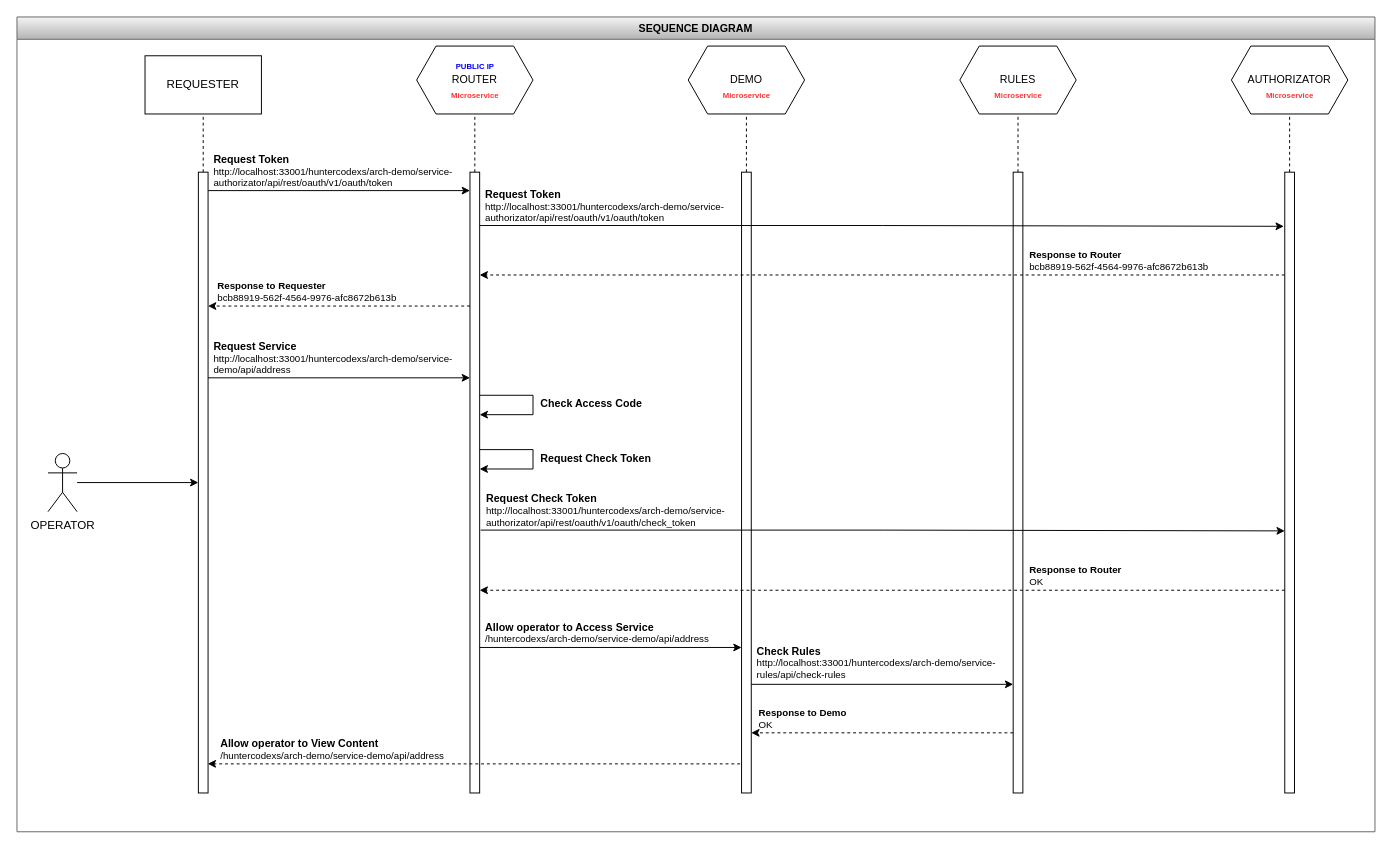
This is page "Sequence" (5 of 10) of diagram/Microservices-Architecure-Demo.drawio from huntercodexs/arch-demo, a draw.io file, before an edit. Source tidied: cells renumbered, new cells numbered last; positions are measured from the earlier drawing's top-left corner, leaving out a move shared by most shapes. Both pictures are drawn from the tidied source at 97%, with x=0, y=0 at pixel (16, 16).
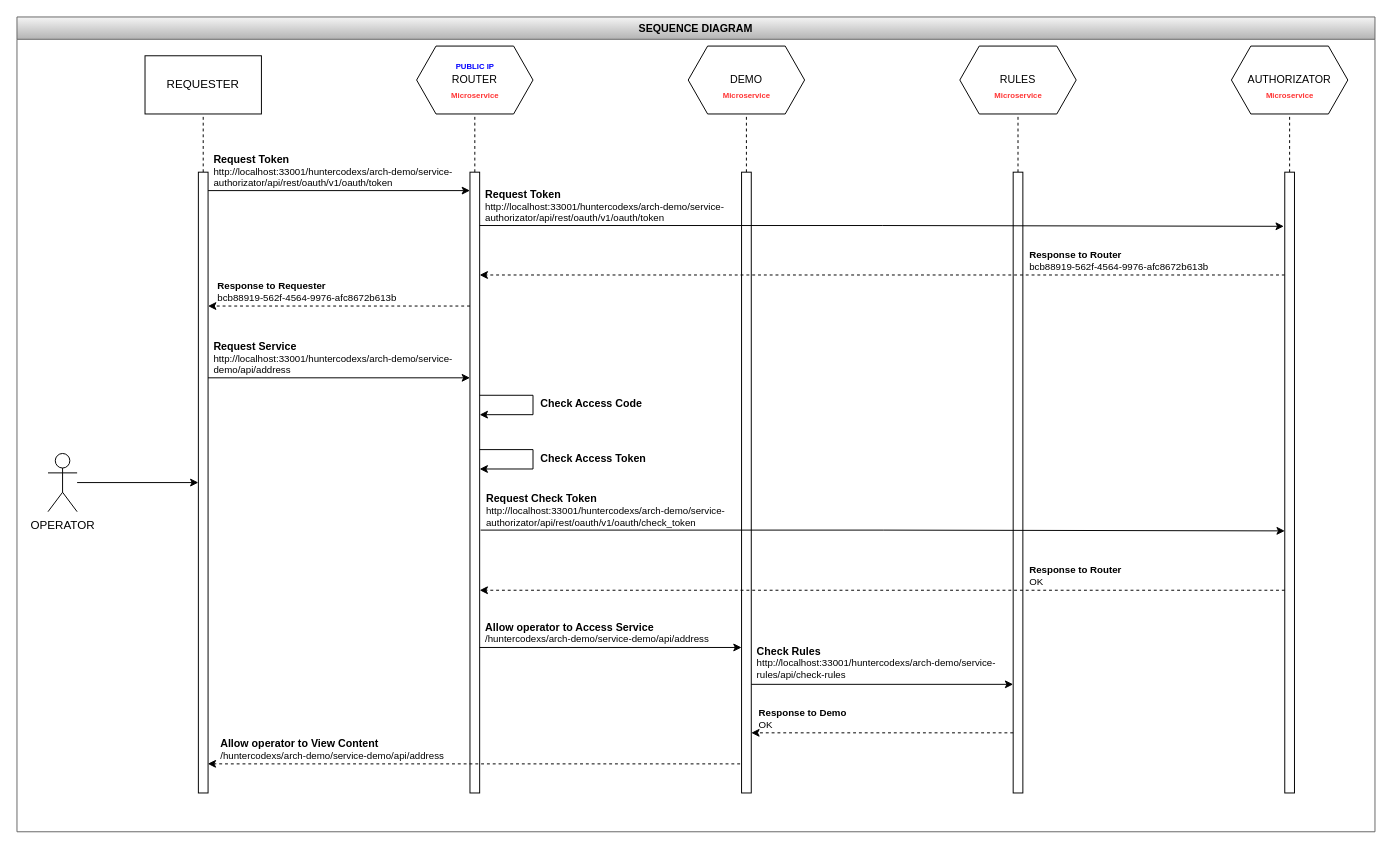
The same page after the edit.

Unchanged cells that the change refers to:
```xml
<mxCell id="2" value="SEQUENCE DIAGRAM" style="swimlane;strokeColor=#666666;fontSize=11;fillColor=#f5f5f5;gradientColor=#b3b3b3;" parent="1" vertex="1">
  <mxGeometry width="1400" height="840" as="geometry" />
</mxCell>
```

Diff of the diagram source:
```diff
@@
-    <mxCell id="31" value="Request Check Token" style="text;html=1;strokeColor=none;fillColor=none;align=left;verticalAlign=middle;whiteSpace=wrap;rounded=0;fontSize=11;fontColor=#000000;fontStyle=1;" parent="2" vertex="1">
+    <mxCell id="31" value="Check Access Token" style="text;html=1;strokeColor=none;fillColor=none;align=left;verticalAlign=middle;whiteSpace=wrap;rounded=0;fontSize=11;fontColor=#000000;fontStyle=1;" parent="2" vertex="1">
       <mxGeometry x="538" y="440" width="120" height="30" as="geometry" />
     </mxCell>
```
